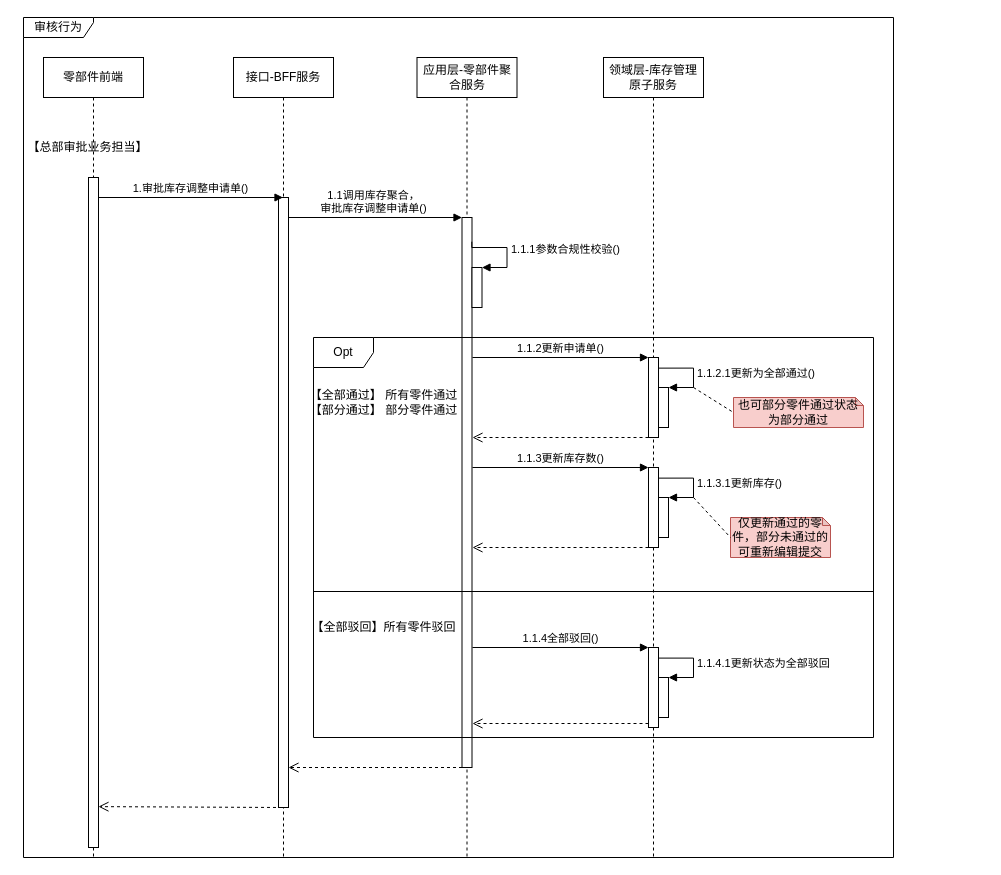
The draw.io diagram page "审核-行为图" (2 of 4) of 库存调整申请单.drawio in 1132489442/gitRepository1, before the edit. Source tidied: cells renumbered, new cells numbered last; positions are measured from the earlier drawing's top-left corner, leaving out a move shared by most shapes. Both pictures are drawn from the tidied source at 100%, with x=0, y=0 at pixel (17, 17).
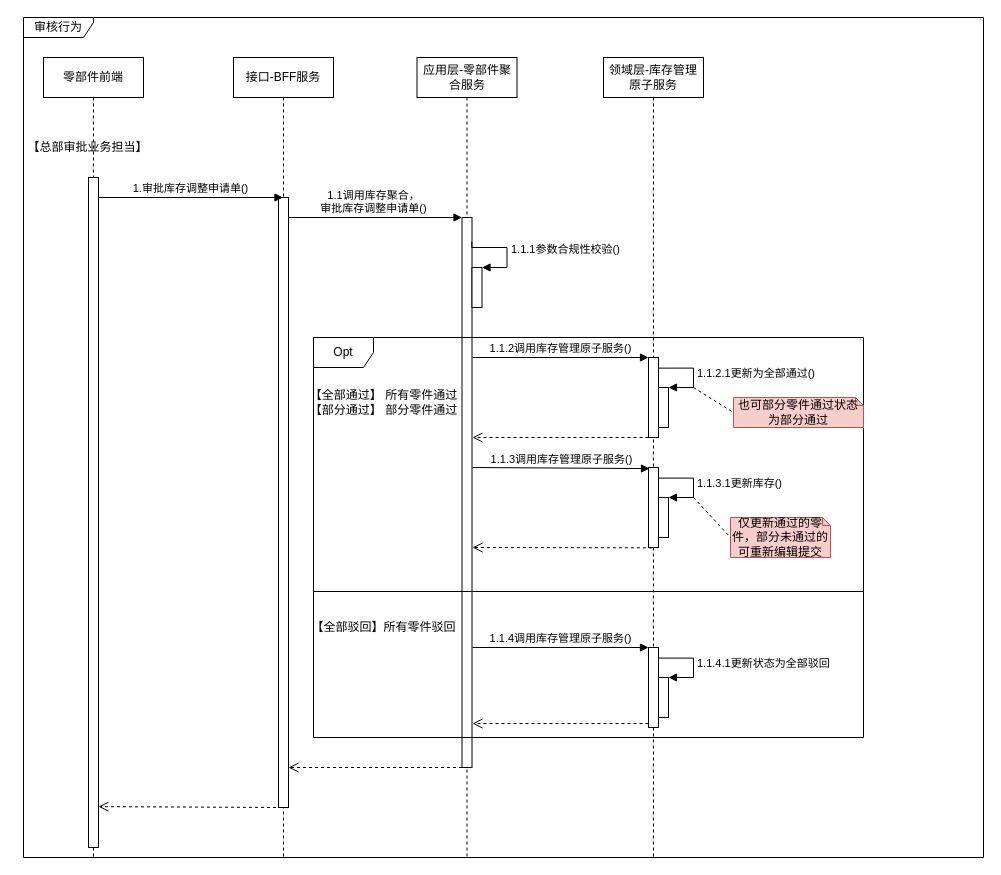
Above is the later version.

Commit message:
更新库存调整申请单.drawio

Unchanged cells that the change refers to:
```xml
<mxCell id="3" style="html=1;points=[];perimeter=orthogonalPerimeter;fillColor=#FFFFFF;" parent="2" vertex="1">
  <mxGeometry x="45" y="120" width="10" height="670" as="geometry" />
</mxCell>
<mxCell id="11" style="html=1;points=[];perimeter=orthogonalPerimeter;fillColor=#FFFFFF;" parent="10" vertex="1">
  <mxGeometry x="45" y="300" width="10" height="80" as="geometry" />
</mxCell>
<mxCell id="20" style="html=1;points=[];perimeter=orthogonalPerimeter;fillColor=#FFFFFF;" parent="1" vertex="1">
  <mxGeometry x="631" y="630" width="10" height="80" as="geometry" />
</mxCell>
<mxCell id="27" style="html=1;points=[];perimeter=orthogonalPerimeter;fillColor=#FFFFFF;" parent="1" vertex="1">
  <mxGeometry x="641" y="480" width="10" height="40" as="geometry" />
</mxCell>
```

The edit, as a diff of the source:
```diff
@@
-    <mxCell id="18" value="1.1.2更新申请单()" style="html=1;verticalAlign=bottom;endArrow=block;entryX=0;entryY=0;rounded=0;" parent="1" edge="1" target="11">
+    <mxCell id="18" value="1.1.2调用库存管理原子服务()" style="html=1;verticalAlign=bottom;endArrow=block;entryX=0;entryY=0;rounded=0;" parent="1" edge="1" target="11">
       <mxGeometry relative="1" as="geometry">
         <mxPoint x="455" y="340" as="sourcePoint" />
       </mxGeometry>
     </mxCell>
@@
-    <mxCell id="21" value="1.1.4全部驳回()" style="html=1;verticalAlign=bottom;endArrow=block;entryX=0;entryY=0;rounded=0;" parent="1" edge="1" target="20">
+    <mxCell id="21" value="1.1.4调用库存管理原子服务()" style="html=1;verticalAlign=bottom;endArrow=block;entryX=0;entryY=0;rounded=0;" parent="1" edge="1" target="20">
       <mxGeometry relative="1" as="geometry">
         <mxPoint x="455" y="630" as="sourcePoint" />
       </mxGeometry>
     </mxCell>
@@
     <mxCell id="23" value="Opt" style="shape=umlFrame;whiteSpace=wrap;html=1;fillColor=#FFFFFF;" parent="1" vertex="1">
-      <mxGeometry x="296" y="320" width="560" height="400" as="geometry" />
+      <mxGeometry x="296" y="320" width="550" height="400" as="geometry" />
     </mxCell>
@@
-    <mxCell id="26" style="html=1;points=[];perimeter=orthogonalPerimeter;fillColor=#FFFFFF;" parent="1" vertex="1">
-      <mxGeometry x="631" y="450" width="10" height="80" as="geometry" />
-    </mxCell>
@@
-    <mxCell id="28" value="1.1.3.1更新库存()" style="edgeStyle=orthogonalEdgeStyle;html=1;align=left;spacingLeft=2;endArrow=block;rounded=0;entryX=1;entryY=0;exitX=1.008;exitY=0.133;exitDx=0;exitDy=0;exitPerimeter=0;" parent="1" edge="1" source="26" target="27">
+    <mxCell id="28" value="1.1.3.1更新库存()" style="edgeStyle=orthogonalEdgeStyle;html=1;align=left;spacingLeft=2;endArrow=block;rounded=0;entryX=1;entryY=0;exitX=1.008;exitY=0.133;exitDx=0;exitDy=0;exitPerimeter=0;" parent="1" edge="1" target="27">
       <mxGeometry relative="1" as="geometry">
+        <mxPoint x="641.1" y="460.6" as="sourcePoint" />
         <Array as="points">
           <mxPoint x="676" y="461" />
           <mxPoint x="676" y="480" />
         </Array>
       </mxGeometry>
     </mxCell>
-    <mxCell id="29" value="1.1.3更新库存数()" style="html=1;verticalAlign=bottom;endArrow=block;entryX=0;entryY=0;rounded=0;" parent="1" edge="1" target="26">
+    <mxCell id="29" value="1.1.3调用库存管理原子服务()" style="html=1;verticalAlign=bottom;endArrow=block;entryX=0.101;entryY=0.014;rounded=0;entryDx=0;entryDy=0;entryPerimeter=0;" parent="1" edge="1" target="26">
       <mxGeometry relative="1" as="geometry">
         <mxPoint x="455" y="450" as="sourcePoint" />
       </mxGeometry>
     </mxCell>
-    <mxCell id="30" style="html=1;verticalAlign=bottom;endArrow=open;dashed=1;endSize=8;exitX=0;exitY=0.95;rounded=0;" parent="1" edge="1">
+    <mxCell id="30" style="html=1;verticalAlign=bottom;endArrow=open;dashed=1;endSize=8;rounded=0;exitX=0.341;exitY=1.004;exitDx=0;exitDy=0;exitPerimeter=0;" parent="1" edge="1" source="26">
       <mxGeometry relative="1" as="geometry">
-        <mxPoint x="631" y="530" as="sourcePoint" />
         <mxPoint x="455" y="530" as="targetPoint" />
       </mxGeometry>
     </mxCell>
@@
     <mxCell id="35" style="line;strokeWidth=1;fillColor=none;align=left;verticalAlign=middle;spacingTop=-1;spacingLeft=3;spacingRight=3;labelPosition=right;" parent="1" vertex="1">
-      <mxGeometry x="296" y="570" width="560" height="8" as="geometry" />
+      <mxGeometry x="296" y="570" width="550" height="8" as="geometry" />
     </mxCell>
@@
+    <mxCell id="39" style="html=1;verticalAlign=bottom;endArrow=open;dashed=1;endSize=8;rounded=0;entryX=0.997;entryY=0.939;entryDx=0;entryDy=0;entryPerimeter=0;" parent="1" edge="1" target="3">
+      <mxGeometry relative="1" as="geometry">
+        <mxPoint x="264.5" y="790" as="sourcePoint" />
+      </mxGeometry>
+    </mxCell>
+    <mxCell id="26" style="html=1;points=[];perimeter=orthogonalPerimeter;fillColor=#FFFFFF;" parent="1" vertex="1">
+      <mxGeometry x="631" y="450" width="10" height="80" as="geometry" />
+    </mxCell>
     <mxCell id="38" value="审核行为" style="shape=umlFrame;whiteSpace=wrap;html=1;width=70;height=20;" parent="1" vertex="1">
-      <mxGeometry x="6" width="870" height="840" as="geometry" />
+      <mxGeometry x="6" width="960" height="840" as="geometry" />
     </mxCell>
-    <mxCell id="39" style="html=1;verticalAlign=bottom;endArrow=open;dashed=1;endSize=8;rounded=0;entryX=0.997;entryY=0.939;entryDx=0;entryDy=0;entryPerimeter=0;" parent="1" edge="1" target="3">
-      <mxGeometry relative="1" as="geometry">
-        <mxPoint x="264.5" y="790" as="sourcePoint" />
-      </mxGeometry>
-    </mxCell>
```
